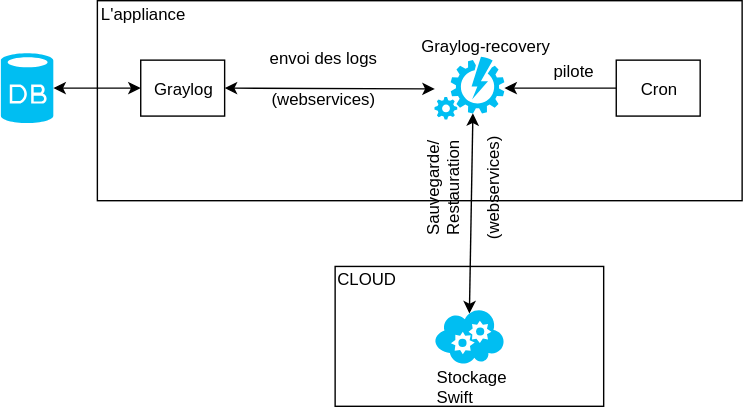
Before: Docs/sauvegarde-restauration.svg, a diagram exported from draw.io (139bercy/cloud-appliance-observability). Source tidied: cells renumbered, new cells last; positions are measured from the earlier drawing's top-left corner, leaving out a move shared by most shapes.
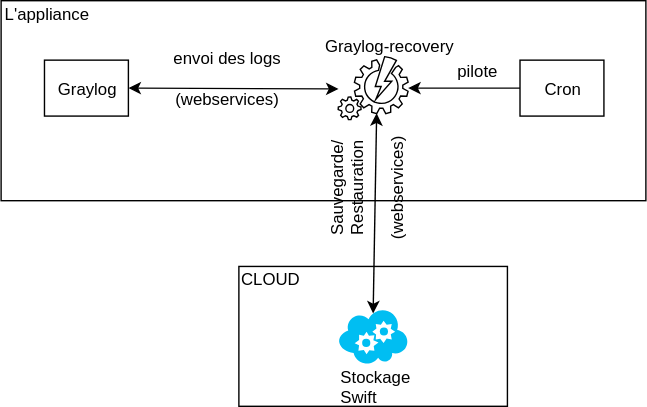
The same file after the commit.

Change to the diagram source:
```diff
@@ -8,22 +8,16 @@
     <mxCell id="3" style="rounded=0;whiteSpace=wrap;html=1;" parent="1" vertex="1">
       <mxGeometry x="239" y="190" width="192" height="100" as="geometry" />
     </mxCell>
-    <mxCell id="4" style="verticalLabelPosition=bottom;html=1;verticalAlign=top;align=center;strokeColor=none;fillColor=#00BEF2;shape=mxgraph.azure.database;" parent="1" vertex="1">
-      <mxGeometry y="37.5" width="37.5" height="50" as="geometry" />
-    </mxCell>
     <mxCell id="5" value="Stockage&lt;br&gt;Swift" style="text;html=1;align=left;verticalAlign=top;spacingTop=-4;" parent="1" vertex="1">
       <mxGeometry x="310" y="260" width="70" height="30" as="geometry" />
     </mxCell>
     <mxCell id="6" style="endArrow=classic;startArrow=classic;html=1;entryX=1;entryY=0.5;entryDx=0;entryDy=0;exitX=0.006;exitY=0.513;exitDx=0;exitDy=0;exitPerimeter=0;" parent="1" edge="1" source="9" target="8">
       <mxGeometry relative="1" as="geometry" />
     </mxCell>
-    <mxCell id="7" style="endArrow=classic;startArrow=classic;html=1;exitX=0;exitY=0.5;exitDx=0;exitDy=0;entryX=1;entryY=0.5;entryDx=0;entryDy=0;entryPerimeter=0;" parent="1" edge="1" source="8" target="4">
-      <mxGeometry relative="1" as="geometry" />
-    </mxCell>
     <mxCell id="8" value="Graylog" style="rounded=0;whiteSpace=wrap;html=1;" parent="1" vertex="1">
       <mxGeometry x="100" y="42.5" width="60" height="40" as="geometry" />
     </mxCell>
-    <mxCell id="9" style="verticalLabelPosition=bottom;html=1;verticalAlign=top;align=center;strokeColor=none;fillColor=#00BEF2;shape=mxgraph.azure.automation;" parent="1" vertex="1">
+    <mxCell id="9" style="verticalLabelPosition=bottom;html=1;verticalAlign=top;align=center;shape=mxgraph.azure.automation;" parent="1" vertex="1">
       <mxGeometry x="310" y="40" width="50" height="45" as="geometry" />
     </mxCell>
     <mxCell id="10" style="verticalLabelPosition=bottom;html=1;verticalAlign=top;align=center;strokeColor=none;fillColor=#00BEF2;shape=mxgraph.azure.cloud_service;" parent="1" vertex="1">
@@ -38,7 +32,7 @@
     <mxCell id="13" value="CLOUD" style="text;html=1;align=left;verticalAlign=top;spacingTop=-4;" parent="1" vertex="1">
       <mxGeometry x="239" y="190" width="60" height="20" as="geometry" />
     </mxCell>
-    <mxCell id="14" value="envoi des logs&lt;br&gt;&lt;br&gt;(webservices)" style="text;html=1;strokeColor=none;fillColor=none;align=center;verticalAlign=middle;whiteSpace=wrap;rounded=0;" parent="1" vertex="1">
+    <mxCell id="14" value="envoi des logs&lt;br&gt;&lt;br&gt;(webservices)" style="text;html=1;align=center;verticalAlign=middle;whiteSpace=wrap;rounded=0;" parent="1" vertex="1">
       <mxGeometry x="175" y="30" width="110" height="50" as="geometry" />
     </mxCell>
     <mxCell id="15" value="Sauvegarde/&lt;br&gt;Restauration&lt;br&gt;&lt;br&gt;(webservices)" style="text;html=1;strokeColor=none;fillColor=none;align=center;verticalAlign=middle;whiteSpace=wrap;rounded=0;rotation=-90;" parent="1" vertex="1">
@@ -50,7 +44,7 @@
     <mxCell id="17" value="Cron" style="rounded=0;whiteSpace=wrap;html=1;" parent="1" vertex="1">
       <mxGeometry x="440" y="42.5" width="60" height="40" as="geometry" />
     </mxCell>
-    <mxCell id="18" value="pilote" style="text;html=1;strokeColor=none;fillColor=none;align=center;verticalAlign=middle;whiteSpace=wrap;rounded=0;" parent="1" vertex="1">
+    <mxCell id="18" value="pilote" style="text;html=1;align=center;verticalAlign=middle;whiteSpace=wrap;rounded=0;" parent="1" vertex="1">
       <mxGeometry x="389" y="40" width="40" height="20" as="geometry" />
     </mxCell>
   </root>
```
